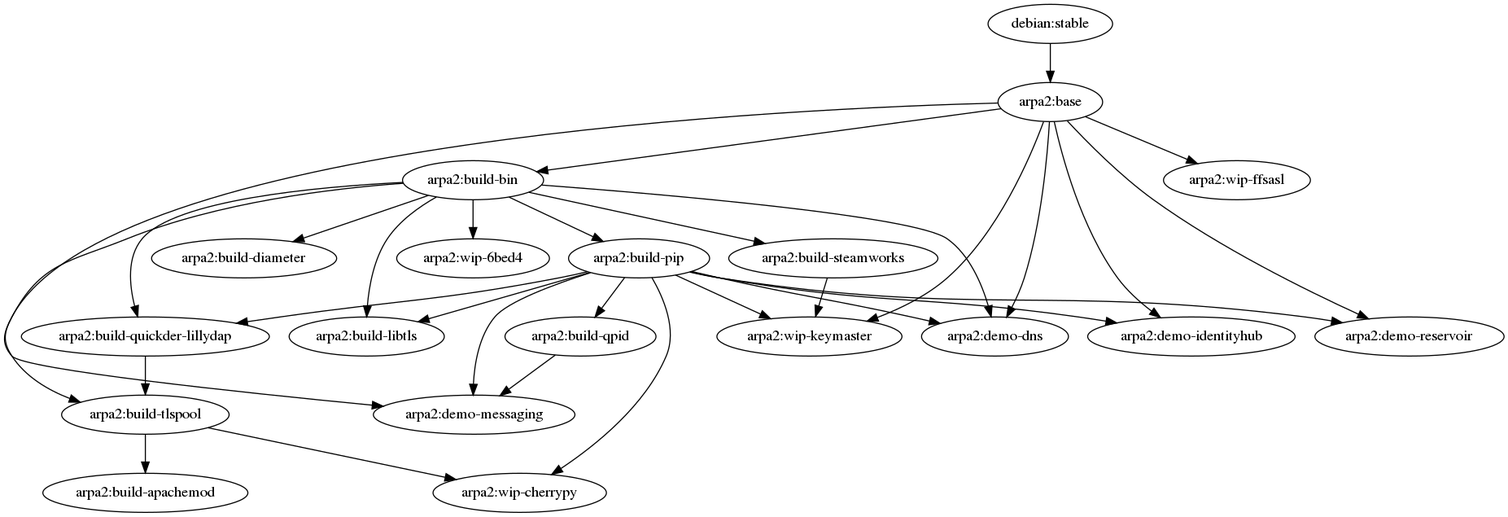
This is deps.png from timkuijsten/docker-demo, a Graphviz export, as it was before one commit. Its source is kept beside it as deps.dot.
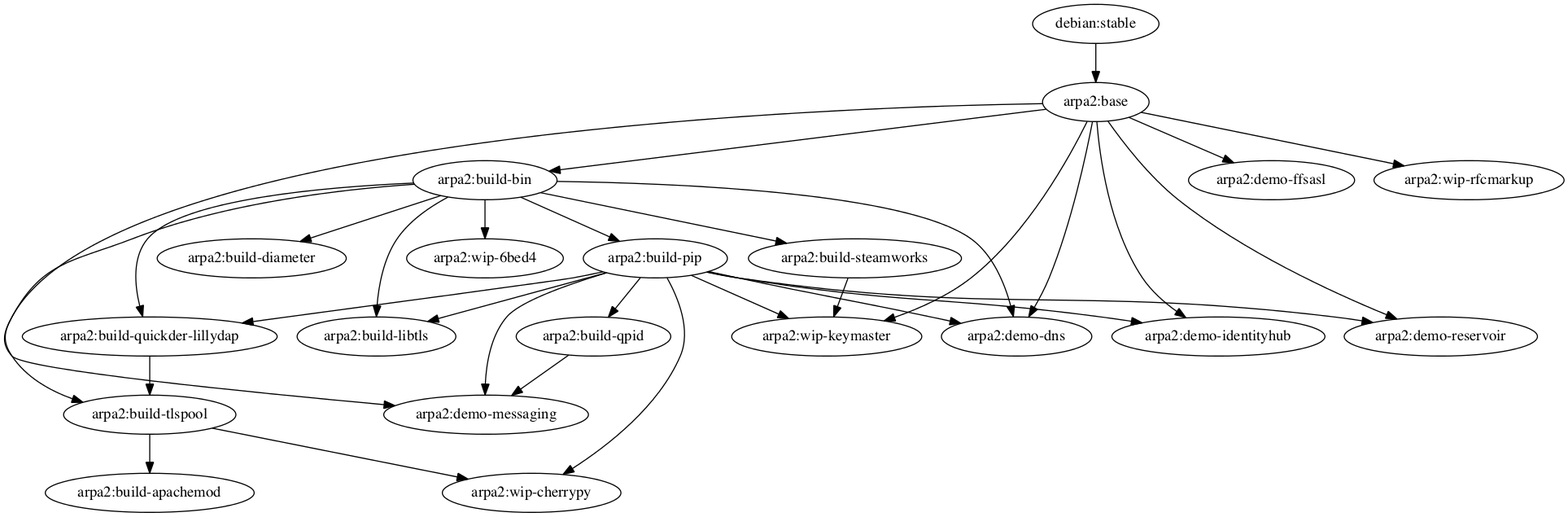
Above is the later version.

Diff of the diagram source:
```diff
@@ -15,6 +15,7 @@
    "arpa2:build-bin" -> "arpa2:demo-dns"
    "arpa2:build-pip" -> "arpa2:demo-dns"
    "arpa2:base" -> "arpa2:demo-dns"
+   "arpa2:base" -> "arpa2:demo-ffsasl"
    "arpa2:build-pip" -> "arpa2:demo-identityhub"
    "arpa2:base" -> "arpa2:demo-identityhub"
    "arpa2:build-qpid" -> "arpa2:demo-messaging"
@@ -25,8 +26,8 @@
    "arpa2:build-bin" -> "arpa2:wip-6bed4"
    "arpa2:build-pip" -> "arpa2:wip-cherrypy"
    "arpa2:build-tlspool" -> "arpa2:wip-cherrypy"
-   "arpa2:base" -> "arpa2:wip-ffsasl"
    "arpa2:build-steamworks" -> "arpa2:wip-keymaster"
    "arpa2:build-pip" -> "arpa2:wip-keymaster"
    "arpa2:base" -> "arpa2:wip-keymaster"
+   "arpa2:base" -> "arpa2:wip-rfcmarkup"
 }
```
